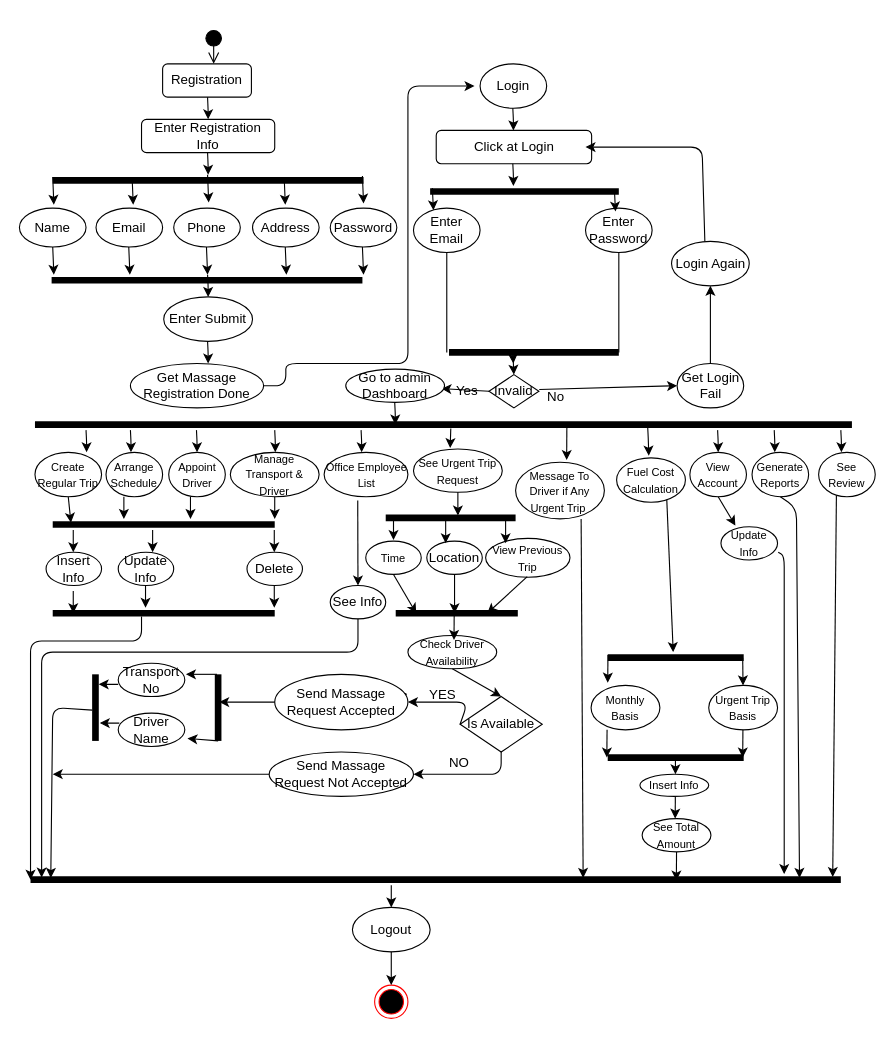
Above: database/Activity Diagram Admin.drawio in SHIMAISRAFIL/Transport-Schedule (draw.io), before the change. Source tidied: cells renumbered, new cells numbered last; positions are measured from the earlier drawing's top-left corner, leaving out a move shared by most shapes. Both pictures are drawn from the tidied source at 111%, with x=0, y=0 at pixel (19, 29).
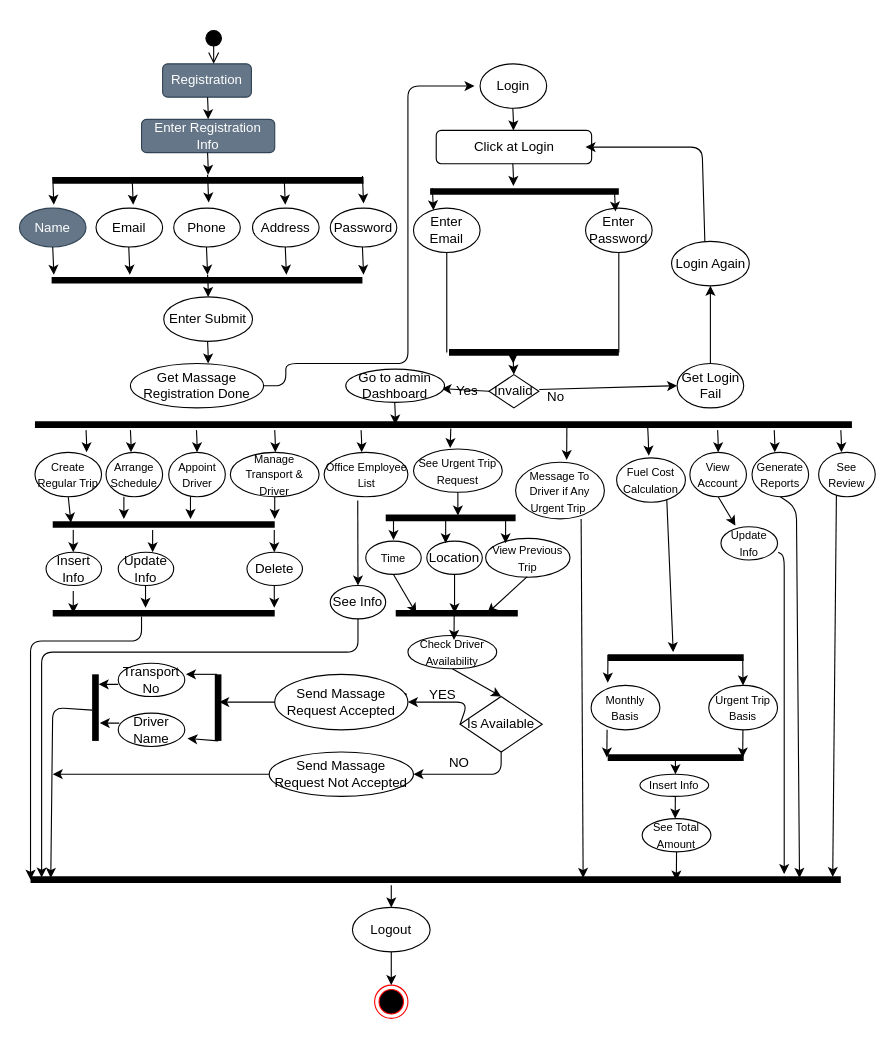
The same page after the edit.

The change refers to these unchanged cells:
```xml
<mxCell id="98" style="group;" parent="1" vertex="1">
  <mxGeometry width="657.5" height="341" as="geometry" />
</mxCell>
```

What changed in the source:
```diff
@@
-    <mxCell id="124" value="Registration" style="rounded=1;whiteSpace=wrap;html=1;" parent="98" vertex="1">
+    <mxCell id="124" value="Registration" style="rounded=1;whiteSpace=wrap;html=1;fillColor=#647687;strokeColor=#314354;fontColor=#ffffff;" parent="98" vertex="1">
       <mxGeometry x="129" y="31" width="80" height="30" as="geometry" />
     </mxCell>
-    <mxCell id="125" value="Enter Registration Info" style="rounded=1;whiteSpace=wrap;html=1;" parent="98" vertex="1">
+    <mxCell id="125" value="Enter Registration Info" style="rounded=1;whiteSpace=wrap;html=1;fillColor=#647687;strokeColor=#314354;fontColor=#ffffff;" parent="98" vertex="1">
       <mxGeometry x="110" y="81" width="120" height="30" as="geometry" />
     </mxCell>
@@
-    <mxCell id="128" value="Name" style="ellipse;whiteSpace=wrap;html=1;" parent="98" vertex="1">
+    <mxCell id="128" value="Name" style="ellipse;whiteSpace=wrap;html=1;fillColor=#647687;strokeColor=#314354;fontColor=#ffffff;" parent="98" vertex="1">
       <mxGeometry y="161" width="60" height="35" as="geometry" />
     </mxCell>
```
